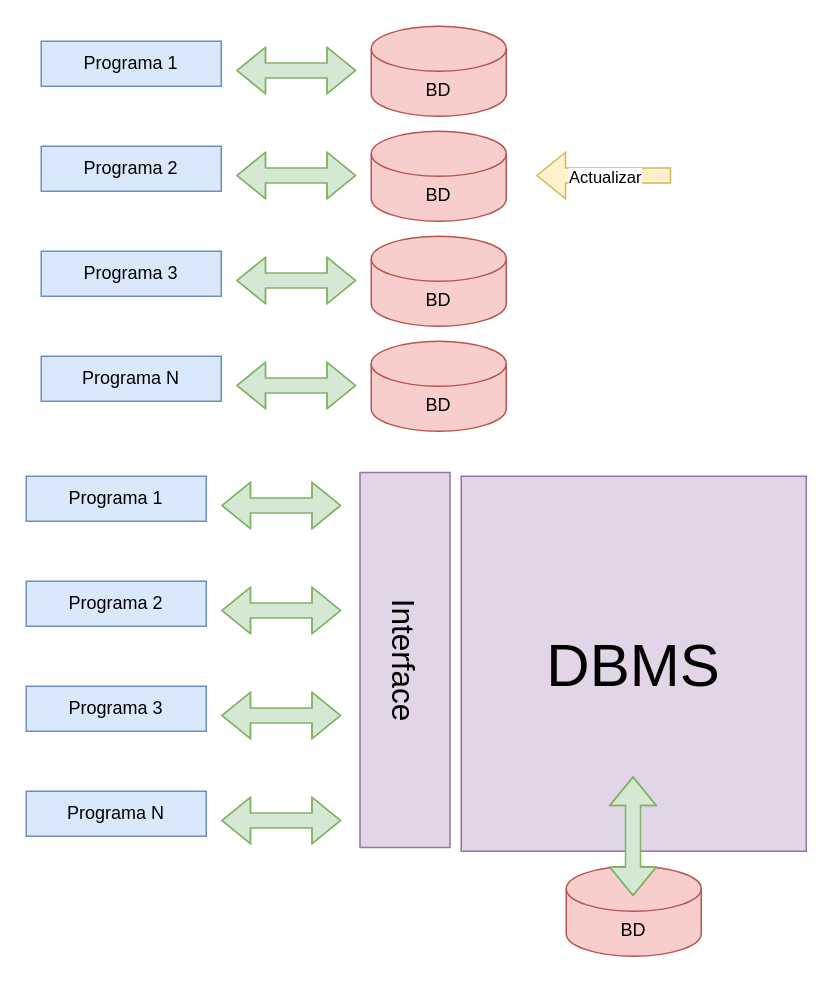
Above: catedra/BD-W1-C01/img/File-and-DBMS.drawio in adigenova/uohdb (draw.io), before the change. Source tidied: cells renumbered, new cells numbered last; positions are measured from the earlier drawing's top-left corner, leaving out a move shared by most shapes. Both pictures are drawn from the tidied source at 150%, with x=0, y=0 at pixel (26, 26).
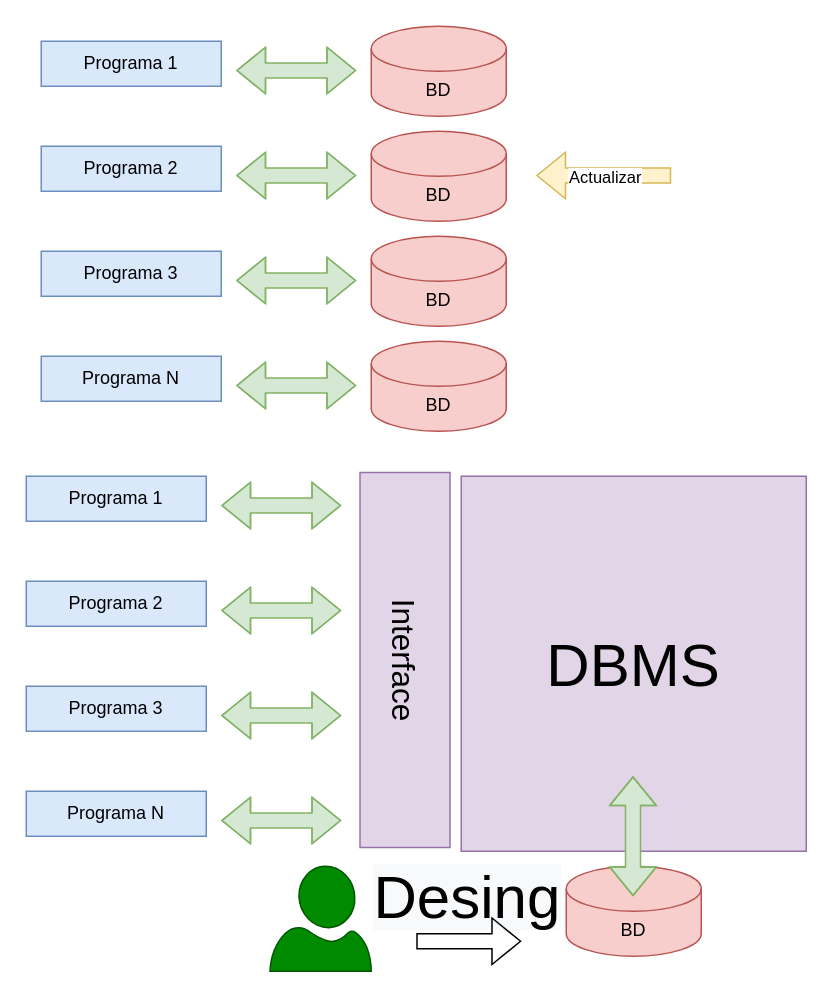
The same page after the edit.

What changed in the source:
```diff
@@
+    <mxCell id="31" style="verticalLabelPosition=bottom;html=1;verticalAlign=top;align=center;strokeColor=#005700;fillColor=#008a00;shape=mxgraph.azure.user;fontColor=#ffffff;" parent="1" vertex="1">
+      <mxGeometry x="162.5" y="560" width="67.5" height="70" as="geometry" />
+    </mxCell>
+    <mxCell id="32" value="&lt;span style=&quot;color: rgb(0 , 0 , 0) ; font-family: &amp;#34;helvetica&amp;#34; ; font-size: 40px ; font-style: normal ; font-weight: 400 ; letter-spacing: normal ; text-align: center ; text-indent: 0px ; text-transform: none ; word-spacing: 0px ; background-color: rgb(248 , 249 , 250) ; display: inline ; float: none&quot;&gt;Desing&lt;/span&gt;" style="text;whiteSpace=wrap;html=1;" parent="1" vertex="1">
+      <mxGeometry x="230" y="550" width="140" height="40" as="geometry" />
+    </mxCell>
+    <mxCell id="33" style="shape=flexArrow;endArrow=classic;html=1;rounded=0;" parent="1" edge="1">
+      <mxGeometry relative="1" as="geometry">
+        <mxPoint x="260" y="610" as="sourcePoint" />
+        <mxPoint x="330" y="610" as="targetPoint" />
+      </mxGeometry>
+    </mxCell>
```
